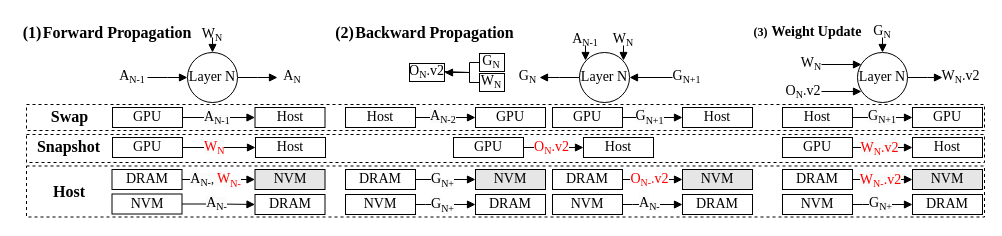
Earlier version of the draw.io diagram fig/pipeline.drawio (icszhr/NCheck). Source tidied: cells renumbered, new cells numbered last; positions are measured from the earlier drawing's top-left corner, leaving out a move shared by most shapes. Both pictures are drawn from the tidied source at 100%, with x=0, y=0 at pixel (17, 17).
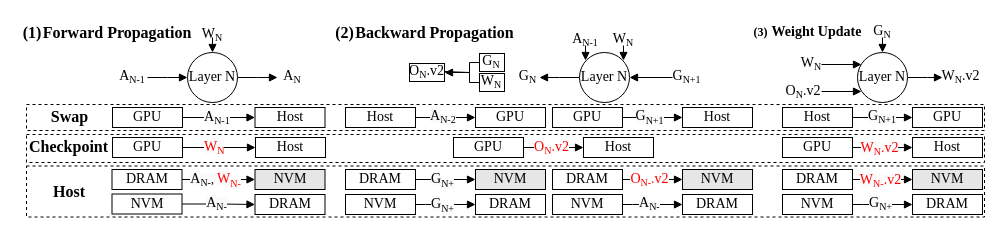
The same page after the edit.

Change to the diagram source:
```diff
@@
-    <mxCell id="99" value="&lt;b&gt;Snapshot&lt;/b&gt;" style="text;html=1;align=center;verticalAlign=middle;whiteSpace=wrap;rounded=0;fontFamily=Times New Roman;fontSize=16;" parent="1" vertex="1">
+    <mxCell id="99" value="&lt;b&gt;Checkpoint&lt;/b&gt;" style="text;html=1;align=center;verticalAlign=middle;whiteSpace=wrap;rounded=0;fontFamily=Times New Roman;fontSize=16;" parent="1" vertex="1">
       <mxGeometry x="8" y="113.5" width="87" height="30" as="geometry" />
     </mxCell>
```
